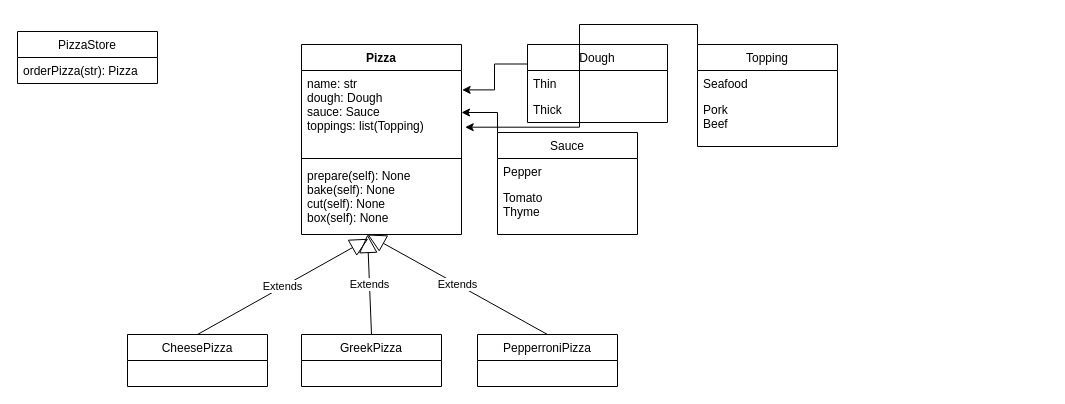
Before: Untitled Diagram.drawio in huytan0812/huytan0812.github.io, a draw.io diagram. Source tidied: cells renumbered, new cells numbered last; positions are measured from the earlier drawing's top-left corner, leaving out a move shared by most shapes. Both pictures are drawn from the tidied source at 100%, with x=0, y=0 at pixel (17, 31).
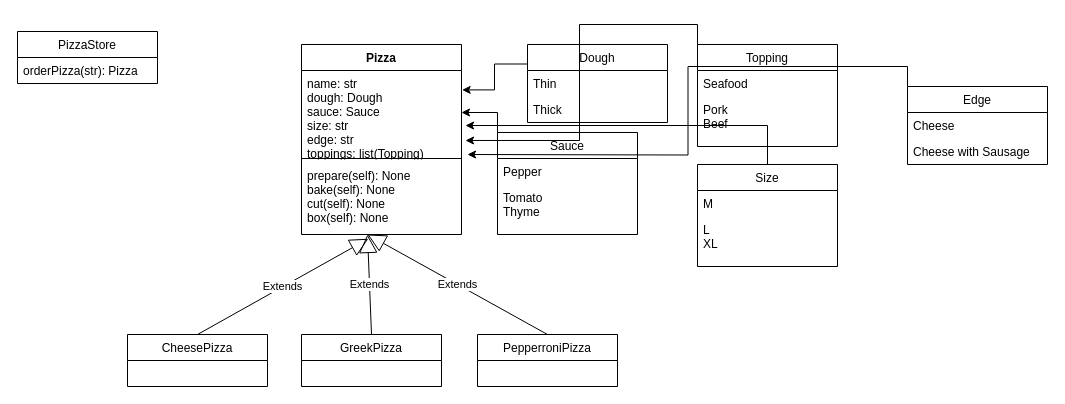
The same page after the edit.

Unchanged cells that the change refers to:
```xml
<mxCell id="2" value="Pizza" style="swimlane;fontStyle=1;align=center;verticalAlign=top;horizontal=1;startSize=26;" parent="1" vertex="1">
  <mxGeometry x="284" y="13" width="160" height="190" as="geometry" />
</mxCell>
<mxCell id="15" value="Topping" style="swimlane;fontStyle=0;horizontal=1;startSize=26;fillColor=none;" parent="1" vertex="1">
  <mxGeometry x="680" y="13" width="140" height="102" as="geometry" />
</mxCell>
```

Diff of the diagram source:
```diff
@@
-    <mxCell id="3" value="name: str&#10;dough: Dough&#10;sauce: Sauce&#10;toppings: list(Topping)&#10;" style="text;strokeColor=none;fillColor=none;align=left;verticalAlign=top;spacingLeft=4;spacingRight=4;overflow=hidden;points=[[0,0.5],[1,0.5]];portConstraint=eastwest;" parent="2" vertex="1">
+    <mxCell id="3" value="name: str&#10;dough: Dough&#10;sauce: Sauce&#10;size: str&#10;edge: str&#10;toppings: list(Topping)&#10;" style="text;strokeColor=none;fillColor=none;align=left;verticalAlign=top;spacingLeft=4;spacingRight=4;overflow=hidden;points=[[0,0.5],[1,0.5]];portConstraint=eastwest;" parent="2" vertex="1">
       <mxGeometry y="26" width="160" height="84" as="geometry" />
     </mxCell>
@@
-    <mxCell id="14" style="edgeStyle=orthogonalEdgeStyle;rounded=0;jettySize=auto;html=1;exitX=0;exitY=0;exitDx=0;exitDy=0;entryX=1.023;entryY=0.675;entryDx=0;entryDy=0;entryPerimeter=0;" parent="1" edge="1" source="15" target="3">
+    <mxCell id="14" style="edgeStyle=orthogonalEdgeStyle;rounded=0;jettySize=auto;html=1;exitX=0;exitY=0;exitDx=0;exitDy=0;entryX=1.025;entryY=0.833;entryDx=0;entryDy=0;entryPerimeter=0;" parent="1" edge="1" source="15" target="3">
       <mxGeometry relative="1" as="geometry" />
     </mxCell>
@@
+    <mxCell id="26" style="edgeStyle=orthogonalEdgeStyle;rounded=0;jettySize=auto;html=1;entryX=1.025;entryY=0.655;entryDx=0;entryDy=0;entryPerimeter=0;" parent="1" edge="1" source="27" target="3">
+      <mxGeometry relative="1" as="geometry" />
+    </mxCell>
+    <mxCell id="27" value="Size" style="swimlane;fontStyle=0;horizontal=1;startSize=26;fillColor=none;" parent="1" vertex="1">
+      <mxGeometry x="680" y="133" width="140" height="102" as="geometry" />
+    </mxCell>
+    <mxCell id="28" value="M" style="text;strokeColor=none;fillColor=none;align=left;verticalAlign=top;spacingLeft=4;spacingRight=4;overflow=hidden;" parent="27" vertex="1">
+      <mxGeometry y="26" width="140" height="26" as="geometry" />
+    </mxCell>
+    <mxCell id="29" value="L&#10;XL" style="text;strokeColor=none;fillColor=none;align=left;verticalAlign=top;spacingLeft=4;spacingRight=4;overflow=hidden;" parent="27" vertex="1">
+      <mxGeometry y="52" width="140" height="50" as="geometry" />
+    </mxCell>
+    <mxCell id="30" style="edgeStyle=orthogonalEdgeStyle;rounded=0;jettySize=auto;html=1;exitX=0;exitY=0;exitDx=0;exitDy=0;" parent="1" edge="1" source="31">
+      <mxGeometry relative="1" as="geometry">
+        <mxPoint x="450" y="123" as="targetPoint" />
+      </mxGeometry>
+    </mxCell>
+    <mxCell id="31" value="Edge" style="swimlane;fontStyle=0;horizontal=1;startSize=26;fillColor=none;" parent="1" vertex="1">
+      <mxGeometry x="890" y="55" width="140" height="78" as="geometry" />
+    </mxCell>
+    <mxCell id="32" value="Cheese" style="text;strokeColor=none;fillColor=none;align=left;verticalAlign=top;spacingLeft=4;spacingRight=4;overflow=hidden;" parent="31" vertex="1">
+      <mxGeometry y="26" width="140" height="26" as="geometry" />
+    </mxCell>
+    <mxCell id="33" value="Cheese with Sausage" style="text;strokeColor=none;fillColor=none;align=left;verticalAlign=top;spacingLeft=4;spacingRight=4;overflow=hidden;" parent="31" vertex="1">
+      <mxGeometry y="52" width="140" height="26" as="geometry" />
+    </mxCell>
```
